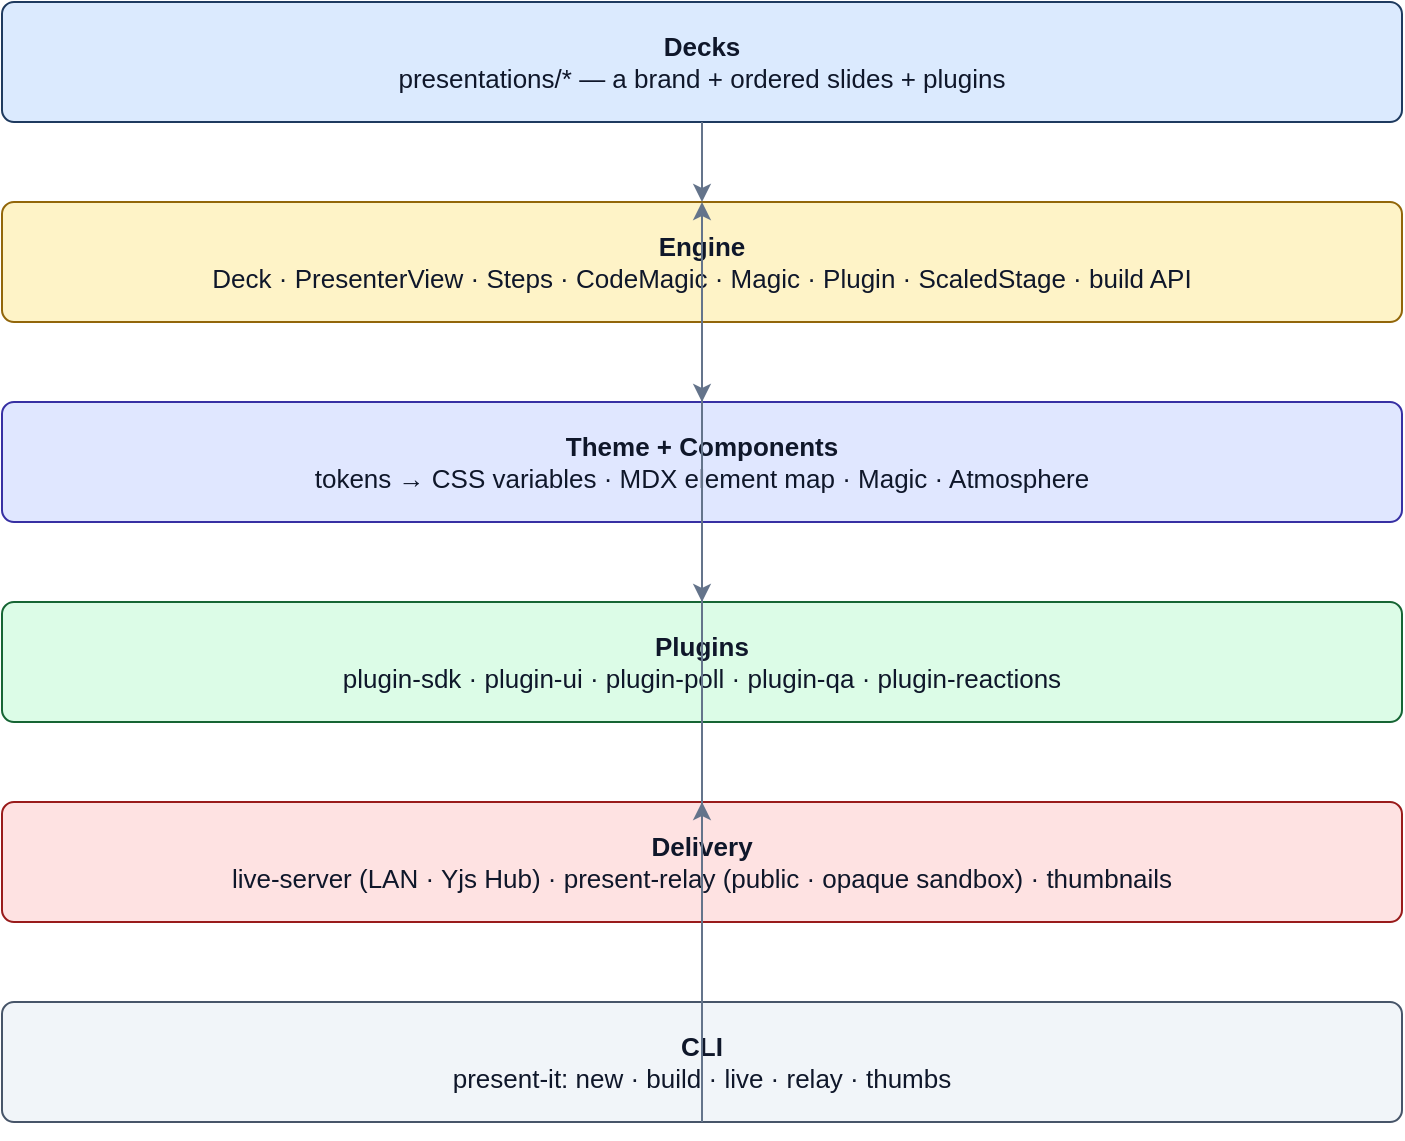
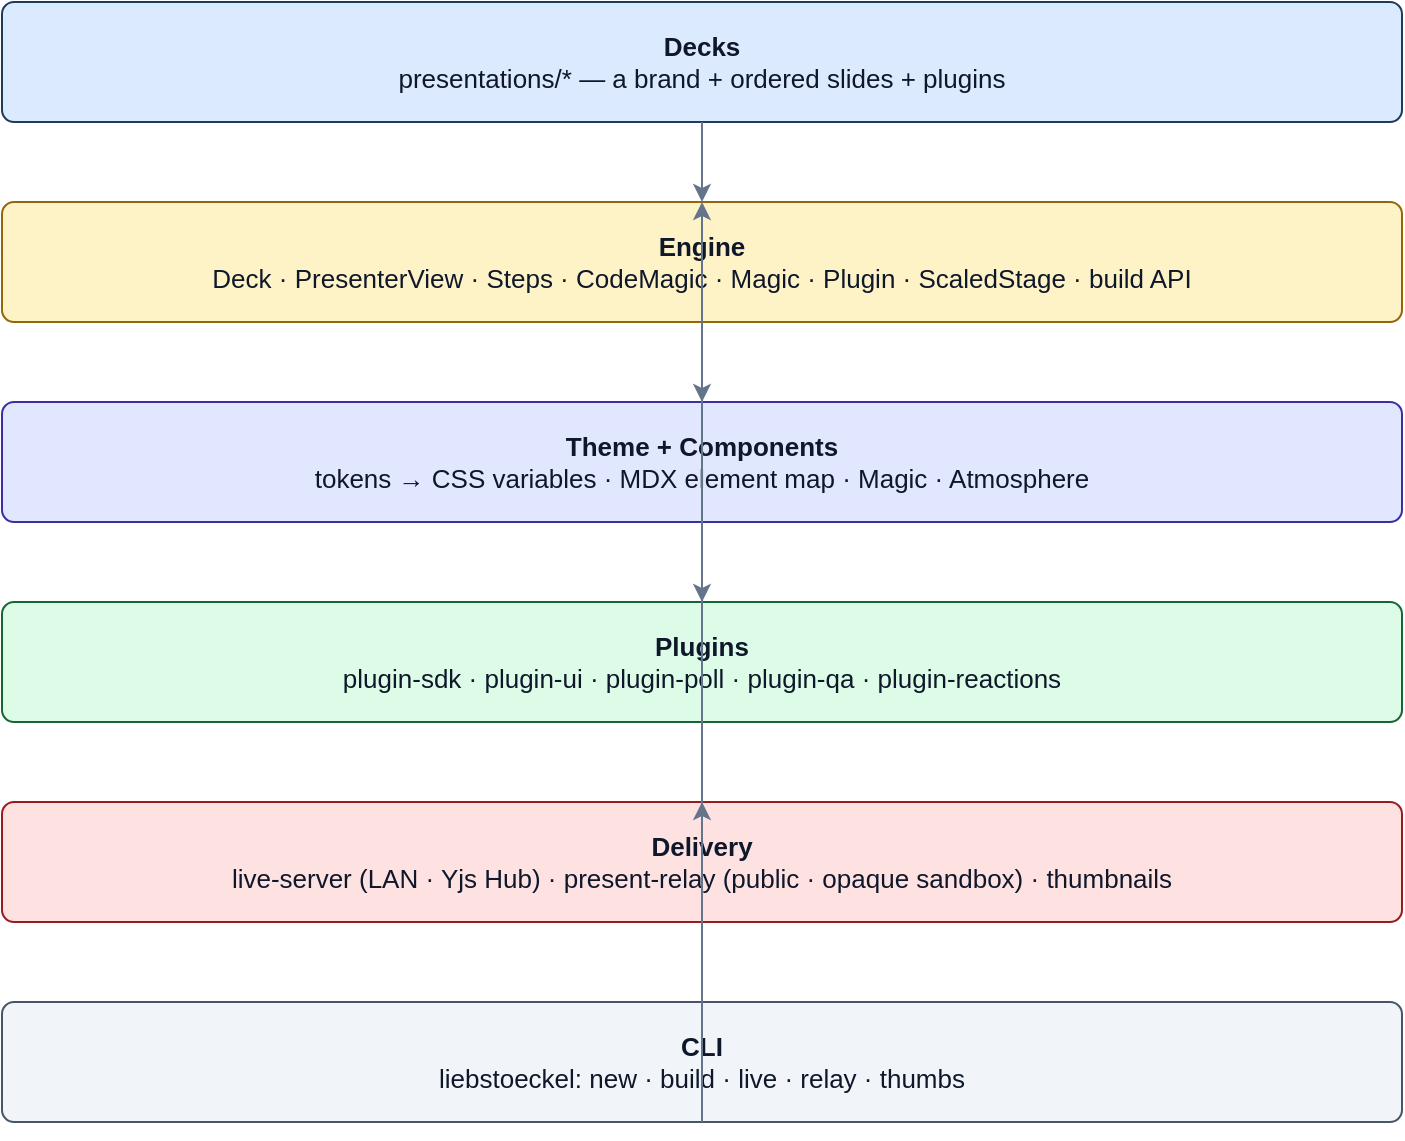
<mxGraphModel adaptiveColors="auto">
  <root>
    <mxCell id="0"/>
    <mxCell id="1" parent="0"/>
    <mxCell id="decks" value="&lt;b&gt;Decks&lt;/b&gt;&lt;br&gt;presentations/* — a brand + ordered slides + plugins" style="rounded=1;whiteSpace=wrap;html=1;fillColor=#dbeafe;strokeColor=#1e3a5f;fontColor=#0f172a;fontSize=13;arcSize=10;" vertex="1" parent="1">
      <mxGeometry x="40" y="40" width="700" height="60" as="geometry"/>
    </mxCell>
    <mxCell id="engine" value="&lt;b&gt;Engine&lt;/b&gt;&lt;br&gt;Deck · PresenterView · Steps · CodeMagic · Magic · Plugin · ScaledStage · build API" style="rounded=1;whiteSpace=wrap;html=1;fillColor=#fef3c7;strokeColor=#92660a;fontColor=#0f172a;fontSize=13;arcSize=10;" vertex="1" parent="1">
      <mxGeometry x="40" y="140" width="700" height="60" as="geometry"/>
    </mxCell>
    <mxCell id="theme" value="&lt;b&gt;Theme + Components&lt;/b&gt;&lt;br&gt;tokens → CSS variables · MDX element map · Magic · Atmosphere" style="rounded=1;whiteSpace=wrap;html=1;fillColor=#e0e7ff;strokeColor=#3730a3;fontColor=#0f172a;fontSize=13;arcSize=10;" vertex="1" parent="1">
      <mxGeometry x="40" y="240" width="700" height="60" as="geometry"/>
    </mxCell>
    <mxCell id="plugins" value="&lt;b&gt;Plugins&lt;/b&gt;&lt;br&gt;plugin-sdk · plugin-ui · plugin-poll · plugin-qa · plugin-reactions" style="rounded=1;whiteSpace=wrap;html=1;fillColor=#dcfce7;strokeColor=#166534;fontColor=#0f172a;fontSize=13;arcSize=10;" vertex="1" parent="1">
      <mxGeometry x="40" y="340" width="700" height="60" as="geometry"/>
    </mxCell>
    <mxCell id="delivery" value="&lt;b&gt;Delivery&lt;/b&gt;&lt;br&gt;live-server (LAN · Yjs Hub) · present-relay (public · opaque sandbox) · thumbnails" style="rounded=1;whiteSpace=wrap;html=1;fillColor=#fee2e2;strokeColor=#991b1b;fontColor=#0f172a;fontSize=13;arcSize=10;" vertex="1" parent="1">
      <mxGeometry x="40" y="440" width="700" height="60" as="geometry"/>
    </mxCell>
-     <mxCell id="cli" value="&lt;b&gt;CLI&lt;/b&gt;&lt;br&gt;present-it: new · build · live · relay · thumbs" style="rounded=1;whiteSpace=wrap;html=1;fillColor=#f1f5f9;strokeColor=#475569;fontColor=#0f172a;fontSize=13;arcSize=10;" vertex="1" parent="1">
+     <mxCell id="cli" value="&lt;b&gt;CLI&lt;/b&gt;&lt;br&gt;liebstoeckel: new · build · live · relay · thumbs" style="rounded=1;whiteSpace=wrap;html=1;fillColor=#f1f5f9;strokeColor=#475569;fontColor=#0f172a;fontSize=13;arcSize=10;" vertex="1" parent="1">
      <mxGeometry x="40" y="540" width="700" height="60" as="geometry"/>
    </mxCell>
    <mxCell id="e1" style="endArrow=classic;html=1;strokeColor=#64748b;exitX=0.5;exitY=1;entryX=0.5;entryY=0;" edge="1" parent="1" source="decks" target="engine"><mxGeometry relative="1" as="geometry"/></mxCell>
    <mxCell id="e2" style="endArrow=classic;html=1;strokeColor=#64748b;exitX=0.5;exitY=1;entryX=0.5;entryY=0;" edge="1" parent="1" source="engine" target="theme"><mxGeometry relative="1" as="geometry"/></mxCell>
    <mxCell id="e3" style="endArrow=classic;html=1;strokeColor=#64748b;exitX=0.5;exitY=1;entryX=0.5;entryY=0;" edge="1" parent="1" source="engine" target="plugins"><mxGeometry relative="1" as="geometry"/></mxCell>
    <mxCell id="e4" style="endArrow=classic;html=1;strokeColor=#64748b;exitX=0.5;exitY=1;entryX=0.5;entryY=0;" edge="1" parent="1" source="delivery" target="engine"><mxGeometry relative="1" as="geometry"/></mxCell>
    <mxCell id="e5" style="endArrow=classic;html=1;strokeColor=#64748b;exitX=0.5;exitY=1;entryX=0.5;entryY=0;" edge="1" parent="1" source="cli" target="delivery"><mxGeometry relative="1" as="geometry"/></mxCell>
  </root>
</mxGraphModel>
